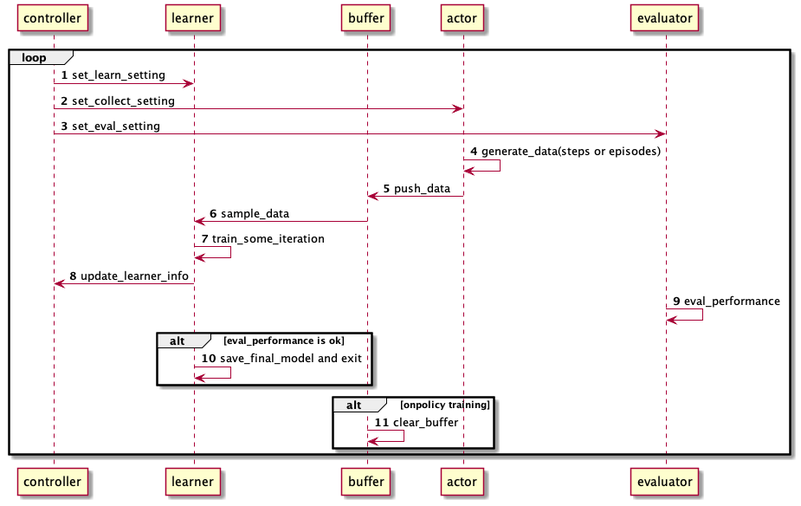
The PlantUML diagram nervex/design/serial_main.png in opendilab/DI-engine, before a commit.
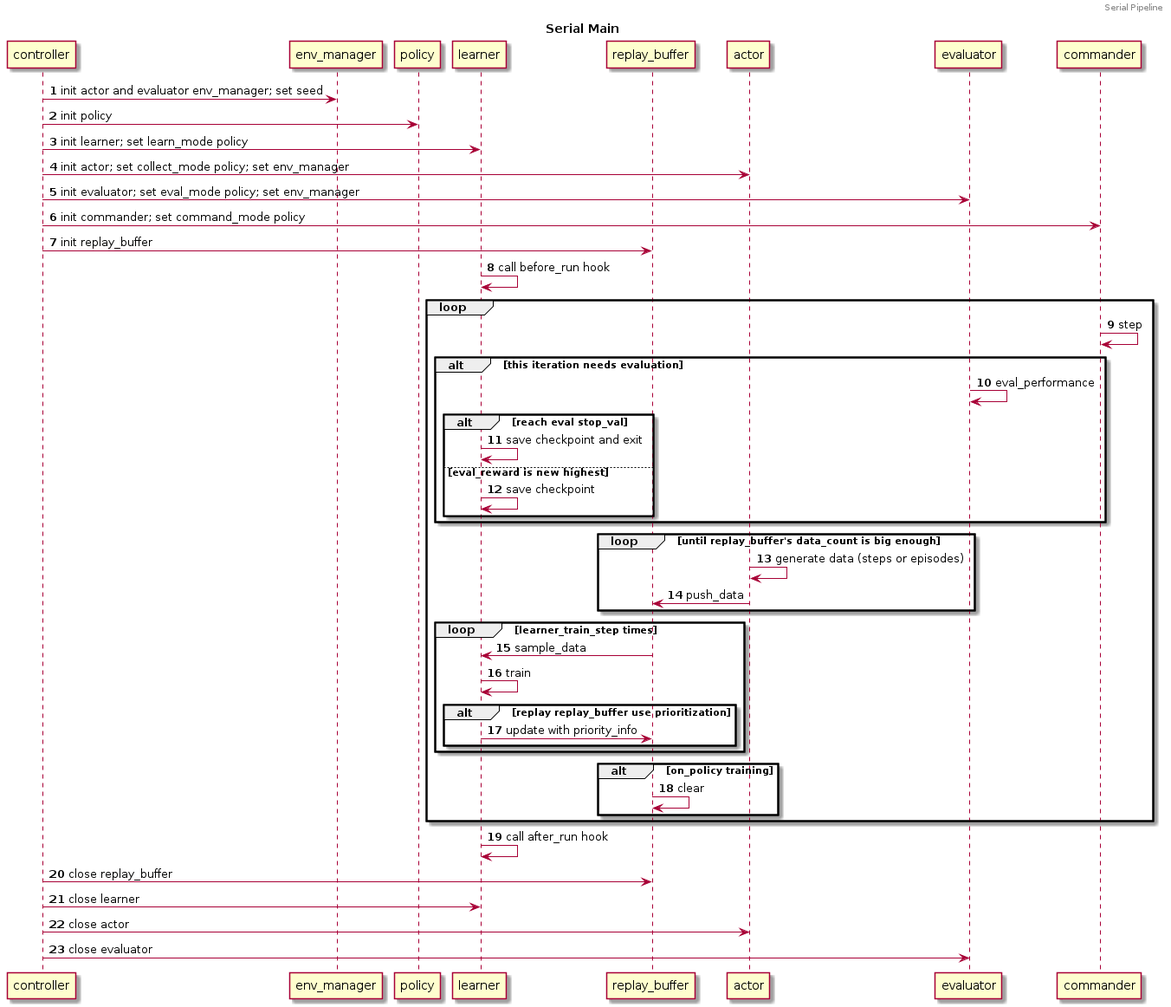
Above is the later version.

Commit message:
modify serial design uml

Diff of the diagram source:
```diff
@@ -1,27 +1,53 @@
 @startuml
+header Serial Pipeline
+title Serial Main
+
 participant controller
+participant env_manager
+participant policy
 participant learner
-participant buffer
+participant replay_buffer
 participant actor
 participant evaluator
+participant commander
+autonumber
 
+controller -> env_manager: init actor and evaluator env_manager; set seed
+controller -> policy: init policy
+controller -> learner: init learner; set learn_mode policy
+controller -> actor: init actor; set collect_mode policy; set env_manager
+controller -> evaluator: init evaluator; set eval_mode policy; set env_manager
+controller -> commander: init commander; set command_mode policy
+controller -> replay_buffer: init replay_buffer
+learner -> learner: call before_run hook
 loop
-  autonumber
-  controller -> learner: set_learn_setting
-  controller -> actor: set_collect_setting
-  controller -> evaluator: set_eval_setting
-  actor -> actor : generate_data(steps or episodes)
-  actor -> buffer : push_data
-  buffer -> learner : sample_data
-  learner -> learner : train_some_iteration
-  learner -> controller : update_learner_info
-  evaluator -> evaluator : eval_performance
-  alt eval_performance is ok
-    learner -> learner : save_final_model and exit
+  commander -> commander: step
+  alt this iteration needs evaluation
+    evaluator -> evaluator: eval_performance
+    alt reach eval stop_val
+      learner -> learner: save checkpoint and exit
+    else eval_reward is new highest
+      learner -> learner: save checkpoint
+    end
   end
-  alt onpolicy training
-    buffer -> buffer : clear_buffer
+  loop until replay_buffer's data_count is big enough
+    actor -> actor: generate data (steps or episodes)
+    actor -> replay_buffer: push_data
+  end
+  loop learner_train_step times
+    replay_buffer -> learner: sample_data
+    learner -> learner: train
+    alt replay replay_buffer use prioritization
+      learner -> replay_buffer: update with priority_info
+    end
+  end
+  alt on_policy training
+    replay_buffer -> replay_buffer: clear
   end
 end
-
+learner -> learner: call after_run hook
+controller -> replay_buffer: close replay_buffer
+controller -> learner: close learner
+controller -> actor: close actor
+controller -> evaluator: close evaluator
 @enduml
```
